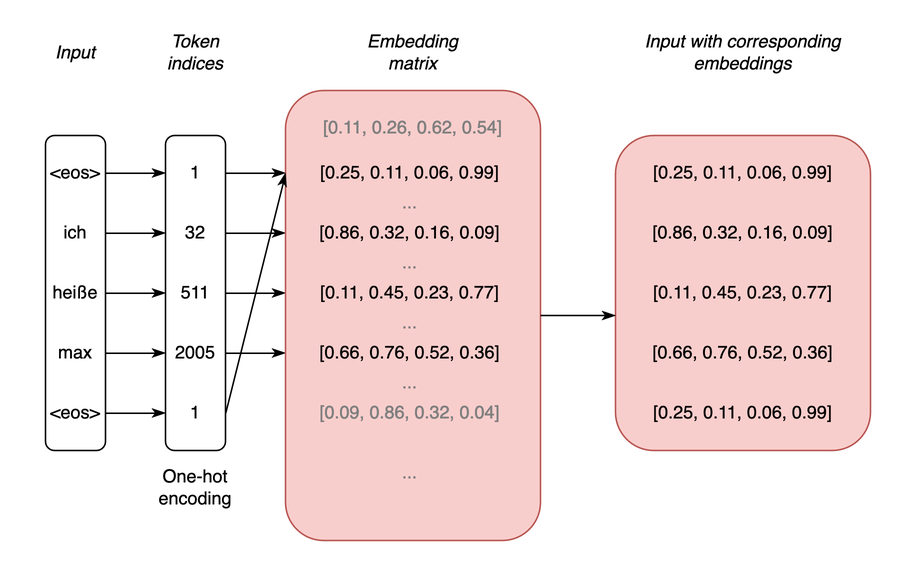
This is assets/img/embeddings_en.png from omseeth/omseeth.github.io, a draw.io export, as it was before one commit. Source tidied: cells renumbered, new cells last; positions are measured from the earlier drawing's top-left corner, leaving out a move shared by most shapes. Its diagram source:
```xml
<mxGraphModel>
  <root>
    <mxCell id="0" />
    <mxCell id="1" parent="0" />
    <mxCell id="2" style="rounded=0;whiteSpace=wrap;html=1;strokeColor=none;" parent="1" vertex="1">
      <mxGeometry width="610" height="390" as="geometry" />
    </mxCell>
    <mxCell id="3" style="rounded=1;whiteSpace=wrap;html=1;strokeColor=default;" parent="1" vertex="1">
      <mxGeometry x="30" y="90" width="40" height="210" as="geometry" />
    </mxCell>
    <mxCell id="4" style="edgeStyle=orthogonalEdgeStyle;rounded=0;jettySize=auto;html=1;entryX=0;entryY=0.5;entryDx=0;entryDy=0;endArrow=classicThin;endFill=1;" parent="1" edge="1" source="5" target="16">
      <mxGeometry relative="1" as="geometry" />
    </mxCell>
    <mxCell id="5" value="ich" style="text;html=1;align=center;verticalAlign=middle;whiteSpace=wrap;rounded=0;" parent="1" vertex="1">
      <mxGeometry x="30" y="140" width="40" height="30" as="geometry" />
    </mxCell>
    <mxCell id="6" style="edgeStyle=orthogonalEdgeStyle;rounded=0;jettySize=auto;html=1;entryX=0;entryY=0.5;entryDx=0;entryDy=0;endArrow=classicThin;endFill=1;" parent="1" edge="1" source="7" target="18">
      <mxGeometry relative="1" as="geometry" />
    </mxCell>
    <mxCell id="7" value="heiße" style="text;html=1;align=center;verticalAlign=middle;whiteSpace=wrap;rounded=0;" parent="1" vertex="1">
      <mxGeometry x="30" y="180" width="40" height="30" as="geometry" />
    </mxCell>
    <mxCell id="8" style="edgeStyle=orthogonalEdgeStyle;rounded=0;jettySize=auto;html=1;entryX=0;entryY=0.5;entryDx=0;entryDy=0;endArrow=classicThin;endFill=1;" parent="1" edge="1" source="9" target="20">
      <mxGeometry relative="1" as="geometry" />
    </mxCell>
    <mxCell id="9" value="max" style="text;html=1;align=center;verticalAlign=middle;whiteSpace=wrap;rounded=0;" parent="1" vertex="1">
      <mxGeometry x="30" y="220" width="40" height="30" as="geometry" />
    </mxCell>
    <mxCell id="10" style="edgeStyle=orthogonalEdgeStyle;rounded=0;jettySize=auto;html=1;entryX=0;entryY=0.5;entryDx=0;entryDy=0;endArrow=classicThin;endFill=1;" parent="1" edge="1" source="11" target="22">
      <mxGeometry relative="1" as="geometry" />
    </mxCell>
    <mxCell id="11" value="&amp;lt;eos&amp;gt;" style="text;html=1;align=center;verticalAlign=middle;whiteSpace=wrap;rounded=0;" parent="1" vertex="1">
      <mxGeometry x="30" y="100" width="40" height="30" as="geometry" />
    </mxCell>
    <mxCell id="12" style="edgeStyle=orthogonalEdgeStyle;rounded=0;jettySize=auto;html=1;entryX=0;entryY=0.5;entryDx=0;entryDy=0;endArrow=classicThin;endFill=1;" parent="1" edge="1" source="13" target="23">
      <mxGeometry relative="1" as="geometry" />
    </mxCell>
    <mxCell id="13" value="&amp;lt;eos&amp;gt;" style="text;html=1;align=center;verticalAlign=middle;whiteSpace=wrap;rounded=0;" parent="1" vertex="1">
      <mxGeometry x="30" y="260" width="40" height="30" as="geometry" />
    </mxCell>
    <mxCell id="14" style="rounded=1;whiteSpace=wrap;html=1;strokeColor=default;" parent="1" vertex="1">
      <mxGeometry x="110" y="90" width="40" height="210" as="geometry" />
    </mxCell>
    <mxCell id="15" style="edgeStyle=orthogonalEdgeStyle;rounded=0;jettySize=auto;html=1;entryX=0;entryY=0.5;entryDx=0;entryDy=0;endArrow=classicThin;endFill=1;" parent="1" edge="1" source="16" target="26">
      <mxGeometry relative="1" as="geometry" />
    </mxCell>
    <mxCell id="16" value="32" style="text;html=1;align=center;verticalAlign=middle;whiteSpace=wrap;rounded=0;" parent="1" vertex="1">
      <mxGeometry x="110" y="140" width="40" height="30" as="geometry" />
    </mxCell>
    <mxCell id="17" style="edgeStyle=orthogonalEdgeStyle;rounded=0;jettySize=auto;html=1;exitX=1;exitY=0.5;exitDx=0;exitDy=0;entryX=0;entryY=0.5;entryDx=0;entryDy=0;endArrow=classicThin;endFill=1;" parent="1" edge="1" source="18" target="27">
      <mxGeometry relative="1" as="geometry" />
    </mxCell>
    <mxCell id="18" value="511" style="text;html=1;align=center;verticalAlign=middle;whiteSpace=wrap;rounded=0;" parent="1" vertex="1">
      <mxGeometry x="110" y="180" width="40" height="30" as="geometry" />
    </mxCell>
    <mxCell id="19" style="edgeStyle=orthogonalEdgeStyle;rounded=0;jettySize=auto;html=1;entryX=0;entryY=0.5;entryDx=0;entryDy=0;endArrow=classicThin;endFill=1;" parent="1" edge="1" source="20" target="28">
      <mxGeometry relative="1" as="geometry" />
    </mxCell>
    <mxCell id="20" value="2005" style="text;html=1;align=center;verticalAlign=middle;whiteSpace=wrap;rounded=0;" parent="1" vertex="1">
      <mxGeometry x="110" y="220" width="40" height="30" as="geometry" />
    </mxCell>
    <mxCell id="21" style="rounded=0;jettySize=auto;html=1;entryX=0;entryY=0.5;entryDx=0;entryDy=0;endArrow=classicThin;endFill=1;" parent="1" edge="1" source="22" target="25">
      <mxGeometry relative="1" as="geometry" />
    </mxCell>
    <mxCell id="22" value="1" style="text;html=1;align=center;verticalAlign=middle;whiteSpace=wrap;rounded=0;" parent="1" vertex="1">
      <mxGeometry x="110" y="100" width="40" height="30" as="geometry" />
    </mxCell>
    <mxCell id="23" value="1" style="text;html=1;align=center;verticalAlign=middle;whiteSpace=wrap;rounded=0;" parent="1" vertex="1">
      <mxGeometry x="110" y="260" width="40" height="30" as="geometry" />
    </mxCell>
    <mxCell id="24" style="rounded=1;whiteSpace=wrap;html=1;strokeColor=#b85450;fillColor=#f8cecc;" parent="1" vertex="1">
      <mxGeometry x="190" y="60" width="170" height="300" as="geometry" />
    </mxCell>
    <mxCell id="25" value="[0.25, 0.11, 0.06, 0.99]" style="text;html=1;align=center;verticalAlign=middle;whiteSpace=wrap;rounded=0;" parent="1" vertex="1">
      <mxGeometry x="190" y="110" width="166" height="10" as="geometry" />
    </mxCell>
    <mxCell id="26" value="[0.86, 0.32, 0.16, 0.09]" style="text;html=1;align=center;verticalAlign=middle;whiteSpace=wrap;rounded=0;" parent="1" vertex="1">
      <mxGeometry x="190" y="150" width="166" height="10" as="geometry" />
    </mxCell>
    <mxCell id="27" value="[0.11, 0.45, 0.23, 0.77]" style="text;html=1;align=center;verticalAlign=middle;whiteSpace=wrap;rounded=0;" parent="1" vertex="1">
      <mxGeometry x="190" y="190" width="166" height="10" as="geometry" />
    </mxCell>
    <mxCell id="28" value="[0.66, 0.76, 0.52, 0.36]" style="text;html=1;align=center;verticalAlign=middle;whiteSpace=wrap;rounded=0;" parent="1" vertex="1">
      <mxGeometry x="190" y="230" width="166" height="10" as="geometry" />
    </mxCell>
    <mxCell id="29" style="rounded=0;jettySize=auto;html=1;entryX=0;entryY=0.5;entryDx=0;entryDy=0;exitX=1;exitY=0.5;exitDx=0;exitDy=0;endArrow=classicThin;endFill=1;" parent="1" edge="1" source="23" target="25">
      <mxGeometry relative="1" as="geometry" />
    </mxCell>
    <mxCell id="30" value="&lt;font color=&quot;#808080&quot;&gt;...&lt;/font&gt;" style="text;html=1;align=center;verticalAlign=middle;whiteSpace=wrap;rounded=0;" parent="1" vertex="1">
      <mxGeometry x="190" y="170" width="166" height="10" as="geometry" />
    </mxCell>
    <mxCell id="31" value="&lt;font color=&quot;#808080&quot;&gt;...&lt;/font&gt;" style="text;html=1;align=center;verticalAlign=middle;whiteSpace=wrap;rounded=0;" parent="1" vertex="1">
      <mxGeometry x="190" y="130" width="166" height="10" as="geometry" />
    </mxCell>
    <mxCell id="32" value="&lt;font color=&quot;#808080&quot;&gt;...&lt;/font&gt;" style="text;html=1;align=center;verticalAlign=middle;whiteSpace=wrap;rounded=0;" parent="1" vertex="1">
      <mxGeometry x="190" y="210" width="166" height="10" as="geometry" />
    </mxCell>
    <mxCell id="33" value="&lt;font color=&quot;#808080&quot;&gt;[0.09, 0.86, 0.32, 0.04]&lt;/font&gt;" style="text;html=1;align=center;verticalAlign=middle;whiteSpace=wrap;rounded=0;" parent="1" vertex="1">
      <mxGeometry x="190" y="270" width="166" height="10" as="geometry" />
    </mxCell>
    <mxCell id="34" value="&lt;font color=&quot;#808080&quot;&gt;...&lt;/font&gt;" style="text;html=1;align=center;verticalAlign=middle;whiteSpace=wrap;rounded=0;" parent="1" vertex="1">
      <mxGeometry x="190" y="250" width="166" height="10" as="geometry" />
    </mxCell>
    <mxCell id="35" value="&lt;font color=&quot;#808080&quot;&gt;...&lt;/font&gt;" style="text;html=1;align=center;verticalAlign=middle;whiteSpace=wrap;rounded=0;" parent="1" vertex="1">
      <mxGeometry x="190" y="310" width="166" height="10" as="geometry" />
    </mxCell>
    <mxCell id="36" style="rounded=1;whiteSpace=wrap;html=1;strokeColor=#b85450;fillColor=#f8cecc;" parent="1" vertex="1">
      <mxGeometry x="410" y="90" width="170" height="210" as="geometry" />
    </mxCell>
    <mxCell id="37" value="[0.25, 0.11, 0.06, 0.99]" style="text;html=1;align=center;verticalAlign=middle;whiteSpace=wrap;rounded=0;" parent="1" vertex="1">
      <mxGeometry x="412" y="110" width="166" height="10" as="geometry" />
    </mxCell>
    <mxCell id="38" value="[0.25, 0.11, 0.06, 0.99]" style="text;html=1;align=center;verticalAlign=middle;whiteSpace=wrap;rounded=0;" parent="1" vertex="1">
      <mxGeometry x="412" y="270" width="166" height="10" as="geometry" />
    </mxCell>
    <mxCell id="39" value="[0.86, 0.32, 0.16, 0.09]" style="text;html=1;align=center;verticalAlign=middle;whiteSpace=wrap;rounded=0;" parent="1" vertex="1">
      <mxGeometry x="412" y="150" width="166" height="10" as="geometry" />
    </mxCell>
    <mxCell id="40" value="[0.11, 0.45, 0.23, 0.77]" style="text;html=1;align=center;verticalAlign=middle;whiteSpace=wrap;rounded=0;" parent="1" vertex="1">
      <mxGeometry x="412" y="190" width="166" height="10" as="geometry" />
    </mxCell>
    <mxCell id="41" value="[0.66, 0.76, 0.52, 0.36]" style="text;html=1;align=center;verticalAlign=middle;whiteSpace=wrap;rounded=0;" parent="1" vertex="1">
      <mxGeometry x="412" y="230" width="166" height="10" as="geometry" />
    </mxCell>
    <mxCell id="42" value="&lt;font color=&quot;#808080&quot;&gt;[0.11, 0.26, 0.62, 0.54]&lt;/font&gt;" style="text;html=1;align=center;verticalAlign=middle;whiteSpace=wrap;rounded=0;" parent="1" vertex="1">
      <mxGeometry x="192" y="80" width="166" height="10" as="geometry" />
    </mxCell>
    <mxCell id="43" style="edgeStyle=orthogonalEdgeStyle;rounded=0;jettySize=auto;html=1;endArrow=classicThin;endFill=1;" parent="1" edge="1" source="24">
      <mxGeometry relative="1" as="geometry">
        <mxPoint x="410" y="210" as="targetPoint" />
      </mxGeometry>
    </mxCell>
    <mxCell id="44" value="&lt;i&gt;Input&lt;/i&gt;" style="text;html=1;align=center;verticalAlign=middle;whiteSpace=wrap;rounded=0;" parent="1" vertex="1">
      <mxGeometry x="20" y="20" width="60" height="30" as="geometry" />
    </mxCell>
    <mxCell id="45" value="&lt;i&gt;Token indices&lt;br&gt;&lt;/i&gt;" style="text;html=1;align=center;verticalAlign=middle;whiteSpace=wrap;rounded=0;" parent="1" vertex="1">
      <mxGeometry x="100" y="20" width="60" height="30" as="geometry" />
    </mxCell>
    <mxCell id="46" value="&lt;div&gt;&lt;i&gt;Embedding&lt;/i&gt;&lt;/div&gt;&lt;div&gt;&lt;i&gt;matrix&lt;/i&gt;&lt;/div&gt;" style="text;html=1;align=center;verticalAlign=middle;whiteSpace=wrap;rounded=0;" parent="1" vertex="1">
      <mxGeometry x="245" y="20" width="60" height="30" as="geometry" />
    </mxCell>
    <mxCell id="47" value="&lt;i&gt;Input with corresponding embeddings&lt;br&gt;&lt;/i&gt;" style="text;html=1;align=center;verticalAlign=middle;whiteSpace=wrap;rounded=0;" parent="1" vertex="1">
      <mxGeometry x="420" y="20" width="150" height="30" as="geometry" />
    </mxCell>
    <mxCell id="48" value="&lt;div&gt;One-hot&lt;/div&gt;&lt;div&gt;encoding&lt;br&gt;&lt;/div&gt;" style="text;html=1;align=center;verticalAlign=middle;whiteSpace=wrap;rounded=0;" parent="1" vertex="1">
      <mxGeometry x="100" y="310" width="60" height="30" as="geometry" />
    </mxCell>
  </root>
</mxGraphModel>
```
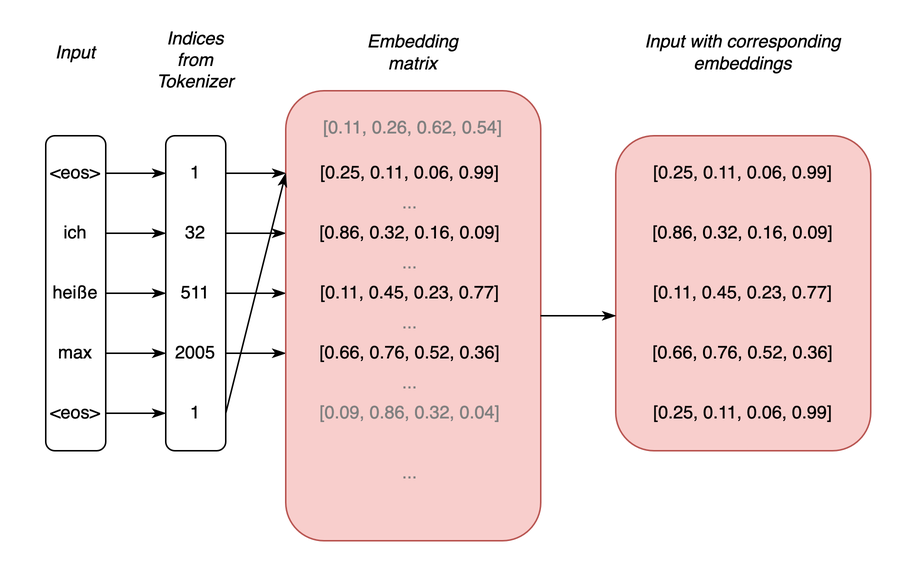
After the change.

The edit, as a diff of the source:
```diff
@@ -133,8 +133,8 @@
     <mxCell id="44" value="&lt;i&gt;Input&lt;/i&gt;" style="text;html=1;align=center;verticalAlign=middle;whiteSpace=wrap;rounded=0;" parent="1" vertex="1">
       <mxGeometry x="20" y="20" width="60" height="30" as="geometry" />
     </mxCell>
-    <mxCell id="45" value="&lt;i&gt;Token indices&lt;br&gt;&lt;/i&gt;" style="text;html=1;align=center;verticalAlign=middle;whiteSpace=wrap;rounded=0;" parent="1" vertex="1">
-      <mxGeometry x="100" y="20" width="60" height="30" as="geometry" />
+    <mxCell id="45" value="&lt;i&gt;Indices from Tokenizer&lt;br&gt;&lt;/i&gt;" style="text;html=1;align=center;verticalAlign=middle;whiteSpace=wrap;rounded=0;" parent="1" vertex="1">
+      <mxGeometry x="100" y="20" width="60" height="40" as="geometry" />
     </mxCell>
     <mxCell id="46" value="&lt;div&gt;&lt;i&gt;Embedding&lt;/i&gt;&lt;/div&gt;&lt;div&gt;&lt;i&gt;matrix&lt;/i&gt;&lt;/div&gt;" style="text;html=1;align=center;verticalAlign=middle;whiteSpace=wrap;rounded=0;" parent="1" vertex="1">
       <mxGeometry x="245" y="20" width="60" height="30" as="geometry" />
@@ -142,8 +142,5 @@
     <mxCell id="47" value="&lt;i&gt;Input with corresponding embeddings&lt;br&gt;&lt;/i&gt;" style="text;html=1;align=center;verticalAlign=middle;whiteSpace=wrap;rounded=0;" parent="1" vertex="1">
       <mxGeometry x="420" y="20" width="150" height="30" as="geometry" />
     </mxCell>
-    <mxCell id="48" value="&lt;div&gt;One-hot&lt;/div&gt;&lt;div&gt;encoding&lt;br&gt;&lt;/div&gt;" style="text;html=1;align=center;verticalAlign=middle;whiteSpace=wrap;rounded=0;" parent="1" vertex="1">
-      <mxGeometry x="100" y="310" width="60" height="30" as="geometry" />
-    </mxCell>
   </root>
 </mxGraphModel>
```
